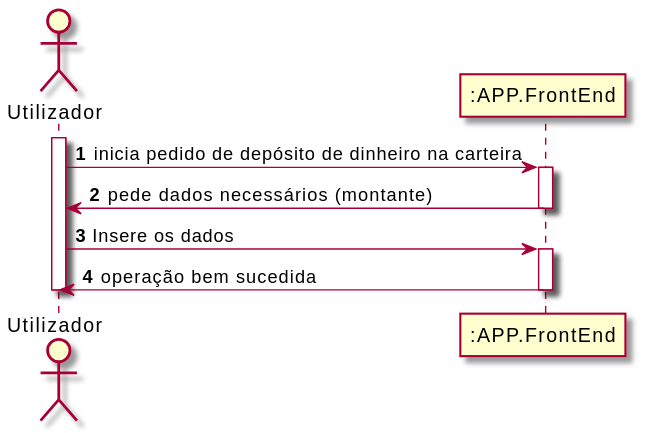
The PlantUML diagram Documentos/Sprint4/UC10/UC10_SSD.svg in UPskillDOTNET/Jakim-das-Coives-S.A., before a commit.
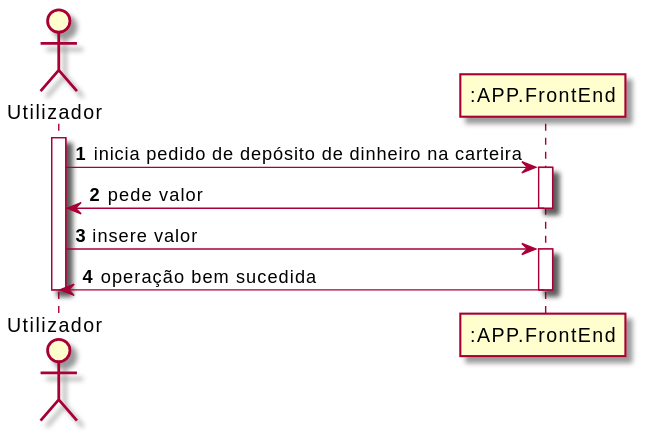
After the commit.

What changed in the source:
```diff
@@ -7,10 +7,10 @@
 User -> "APP" : inicia pedido de depósito de dinheiro na carteira
 activate "APP"
 
-"APP" -> User : pede dados necessários (montante)
+"APP" -> User : pede valor
 deactivate "APP"
 
-User -> "APP" : Insere os dados
+User -> "APP" : insere valor
 activate "APP"
 
 "APP" -> User : operação bem sucedida
```
